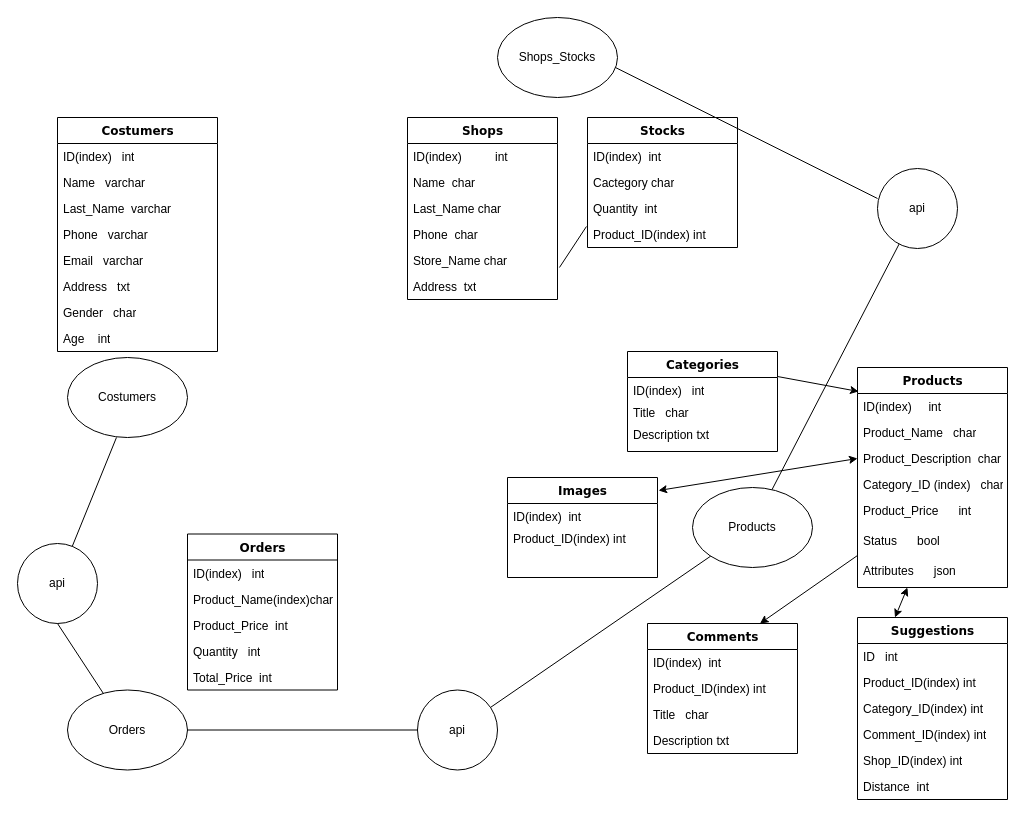
Before: Untitled Diagram.drawio in javidyrm/instaflow, a draw.io diagram. Source tidied: cells renumbered, new cells numbered last; positions are measured from the earlier drawing's top-left corner, leaving out a move shared by most shapes. Both pictures are drawn from the tidied source at 100%, with x=0, y=0 at pixel (17, 17).
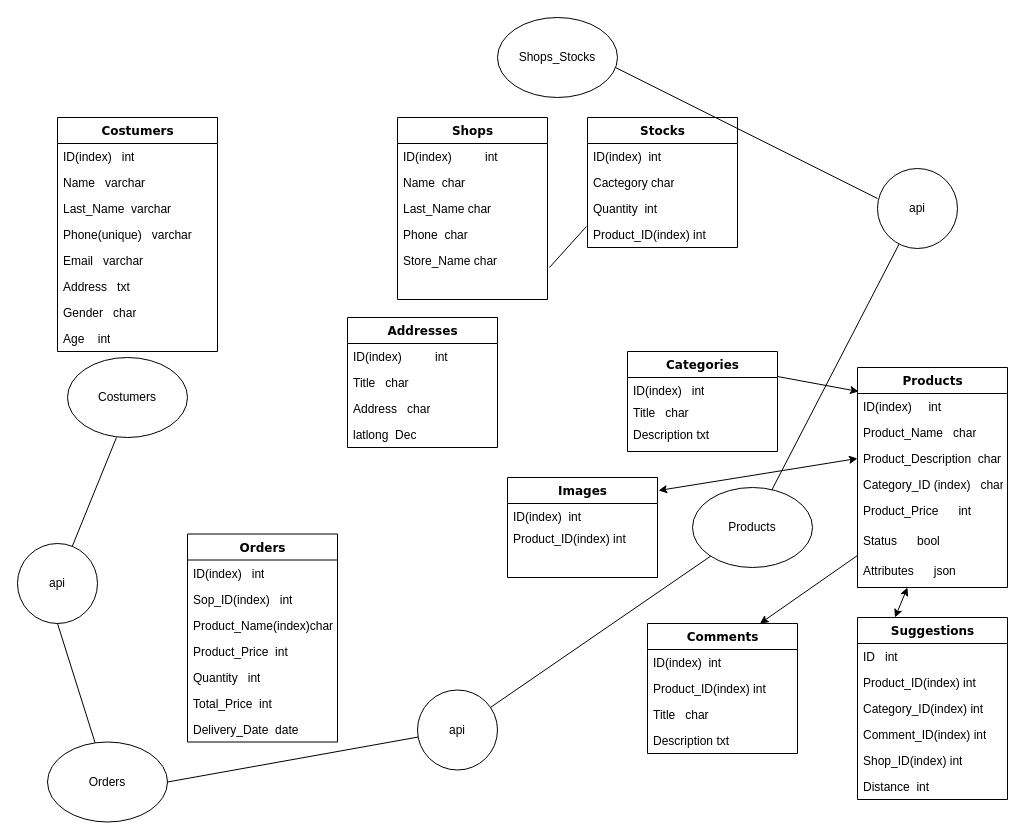
Above is the later version.

Unchanged cells that the change refers to:
```xml
<mxCell id="2" value="Costumers" style="swimlane;html=1;fontStyle=1;align=center;verticalAlign=top;horizontal=1;startSize=26;swimlaneFillColor=#ffffff;rounded=0;shadow=0;comic=0;labelBackgroundColor=none;strokeWidth=1;fillColor=none;fontFamily=Verdana;fontSize=12;" parent="1" vertex="1">
  <mxGeometry x="40" y="100" width="160" height="234" as="geometry" />
</mxCell>
```

What changed in the source:
```diff
@@
-    <mxCell id="6" value="Phone&lt;span style=&quot;white-space: pre&quot;&gt; &lt;/span&gt;&lt;span style=&quot;white-space: pre&quot;&gt; &lt;/span&gt;&lt;span style=&quot;white-space: pre&quot;&gt; &lt;/span&gt;varchar" style="text;html=1;strokeColor=none;fillColor=none;align=left;verticalAlign=top;spacingLeft=4;spacingRight=4;whiteSpace=wrap;overflow=hidden;" parent="2" vertex="1">
+    <mxCell id="6" value="Phone(unique)&lt;span style=&quot;white-space: pre&quot;&gt; &lt;/span&gt;&lt;span style=&quot;white-space: pre&quot;&gt; &lt;/span&gt;&lt;span style=&quot;white-space: pre&quot;&gt; &lt;/span&gt;varchar" style="text;html=1;strokeColor=none;fillColor=none;align=left;verticalAlign=top;spacingLeft=4;spacingRight=4;whiteSpace=wrap;overflow=hidden;" parent="2" vertex="1">
       <mxGeometry y="104" width="160" height="26" as="geometry" />
     </mxCell>
@@
     <mxCell id="11" value="Shops" style="swimlane;html=1;fontStyle=1;align=center;verticalAlign=top;horizontal=1;startSize=26;swimlaneFillColor=#ffffff;rounded=0;shadow=0;comic=0;labelBackgroundColor=none;strokeWidth=1;fillColor=none;fontFamily=Verdana;fontSize=12;" parent="1" vertex="1">
-      <mxGeometry x="390" y="100" width="150" height="182" as="geometry" />
+      <mxGeometry x="380" y="100" width="150" height="182" as="geometry" />
     </mxCell>
@@
-    <mxCell id="17" value="Address&lt;span style=&quot;white-space: pre&quot;&gt; &lt;/span&gt;&lt;span style=&quot;white-space: pre&quot;&gt; &lt;/span&gt;txt" style="text;html=1;strokeColor=none;fillColor=none;align=left;verticalAlign=top;spacingLeft=4;spacingRight=4;whiteSpace=wrap;overflow=hidden;" parent="11" vertex="1">
-      <mxGeometry y="156" width="150" height="26" as="geometry" />
-    </mxCell>
@@
     <mxCell id="35" value="Orders" style="swimlane;html=1;fontStyle=1;align=center;verticalAlign=top;horizontal=1;startSize=26;swimlaneFillColor=#ffffff;rounded=0;shadow=0;comic=0;labelBackgroundColor=none;strokeWidth=1;fillColor=none;fontFamily=Verdana;fontSize=12;" parent="1" vertex="1">
-      <mxGeometry x="170" y="516.5" width="150" height="156" as="geometry" />
+      <mxGeometry x="170" y="516.5" width="150" height="208" as="geometry" />
     </mxCell>
@@
+    <mxCell id="74" value="Sop_ID(index)&lt;span style=&quot;white-space: pre&quot;&gt; &lt;/span&gt;&lt;span style=&quot;white-space: pre&quot;&gt; &lt;/span&gt;&lt;span style=&quot;white-space: pre&quot;&gt; &lt;/span&gt;int" style="text;html=1;strokeColor=none;fillColor=none;align=left;verticalAlign=top;spacingLeft=4;spacingRight=4;whiteSpace=wrap;overflow=hidden;" parent="35" vertex="1">
+      <mxGeometry y="52" width="150" height="26" as="geometry" />
+    </mxCell>
     <mxCell id="37" value="Product_Name(index)char" style="text;html=1;strokeColor=none;fillColor=none;align=left;verticalAlign=top;spacingLeft=4;spacingRight=4;whiteSpace=wrap;overflow=hidden;" parent="35" vertex="1">
-      <mxGeometry y="52" width="150" height="26" as="geometry" />
+      <mxGeometry y="78" width="150" height="26" as="geometry" />
     </mxCell>
     <mxCell id="38" value="Product_Price&lt;span style=&quot;white-space: pre&quot;&gt; &lt;/span&gt;&lt;span style=&quot;white-space: pre&quot;&gt; &lt;/span&gt;int" style="text;html=1;strokeColor=none;fillColor=none;align=left;verticalAlign=top;spacingLeft=4;spacingRight=4;whiteSpace=wrap;overflow=hidden;" parent="35" vertex="1">
-      <mxGeometry y="78" width="150" height="26" as="geometry" />
+      <mxGeometry y="104" width="150" height="26" as="geometry" />
     </mxCell>
     <mxCell id="39" value="Quantity&lt;span style=&quot;white-space: pre&quot;&gt; &lt;/span&gt;&lt;span style=&quot;white-space: pre&quot;&gt; &lt;/span&gt;&lt;span style=&quot;white-space: pre&quot;&gt; &lt;/span&gt;int" style="text;html=1;strokeColor=none;fillColor=none;align=left;verticalAlign=top;spacingLeft=4;spacingRight=4;whiteSpace=wrap;overflow=hidden;" parent="35" vertex="1">
-      <mxGeometry y="104" width="150" height="26" as="geometry" />
+      <mxGeometry y="130" width="150" height="26" as="geometry" />
     </mxCell>
     <mxCell id="40" value="Total_Price&lt;span style=&quot;white-space: pre&quot;&gt; &lt;/span&gt;&lt;span style=&quot;white-space: pre&quot;&gt; &lt;/span&gt;int" style="text;html=1;strokeColor=none;fillColor=none;align=left;verticalAlign=top;spacingLeft=4;spacingRight=4;whiteSpace=wrap;overflow=hidden;" parent="35" vertex="1">
-      <mxGeometry y="130" width="150" height="26" as="geometry" />
+      <mxGeometry y="156" width="150" height="26" as="geometry" />
     </mxCell>
+    <mxCell id="75" value="Delivery_Date&amp;nbsp;&lt;span style=&quot;white-space: pre&quot;&gt; &lt;/span&gt;date" style="text;html=1;strokeColor=none;fillColor=none;align=left;verticalAlign=top;spacingLeft=4;spacingRight=4;whiteSpace=wrap;overflow=hidden;" parent="35" vertex="1">
+      <mxGeometry y="182" width="150" height="26" as="geometry" />
+    </mxCell>
@@
     <mxCell id="53" value="Orders" style="ellipse;whiteSpace=wrap;html=1;" parent="1" vertex="1">
-      <mxGeometry x="50" y="672.5" width="120" height="80" as="geometry" />
+      <mxGeometry x="30" y="724.5" width="120" height="80" as="geometry" />
     </mxCell>
@@
+    <mxCell id="76" value="Addresses" style="swimlane;html=1;fontStyle=1;align=center;verticalAlign=top;horizontal=1;startSize=26;swimlaneFillColor=#ffffff;rounded=0;shadow=0;comic=0;labelBackgroundColor=none;strokeWidth=1;fillColor=none;fontFamily=Verdana;fontSize=12;" parent="1" vertex="1">
+      <mxGeometry x="330" y="300" width="150" height="130" as="geometry" />
+    </mxCell>
+    <mxCell id="77" value="ID(index)&amp;nbsp; &amp;nbsp; &amp;nbsp; &amp;nbsp; &amp;nbsp;&lt;span&gt; &lt;/span&gt;int" style="text;html=1;strokeColor=none;fillColor=none;align=left;verticalAlign=top;spacingLeft=4;spacingRight=4;whiteSpace=wrap;overflow=hidden;" parent="76" vertex="1">
+      <mxGeometry y="26" width="150" height="26" as="geometry" />
+    </mxCell>
+    <mxCell id="78" value="Title &lt;span style=&quot;white-space: pre&quot;&gt; &lt;/span&gt;&lt;span style=&quot;white-space: pre&quot;&gt; &lt;/span&gt;char" style="text;html=1;strokeColor=none;fillColor=none;align=left;verticalAlign=top;spacingLeft=4;spacingRight=4;whiteSpace=wrap;overflow=hidden;" parent="76" vertex="1">
+      <mxGeometry y="52" width="150" height="26" as="geometry" />
+    </mxCell>
+    <mxCell id="79" value="Address &lt;span style=&quot;white-space: pre&quot;&gt; &lt;/span&gt;&lt;span style=&quot;white-space: pre&quot;&gt; &lt;/span&gt;char" style="text;html=1;strokeColor=none;fillColor=none;align=left;verticalAlign=top;spacingLeft=4;spacingRight=4;whiteSpace=wrap;overflow=hidden;" parent="76" vertex="1">
+      <mxGeometry y="78" width="150" height="26" as="geometry" />
+    </mxCell>
+    <mxCell id="80" value="latlong&lt;span style=&quot;white-space: pre&quot;&gt; &lt;/span&gt;&lt;span style=&quot;white-space: pre&quot;&gt; &lt;/span&gt;Dec" style="text;html=1;strokeColor=none;fillColor=none;align=left;verticalAlign=top;spacingLeft=4;spacingRight=4;whiteSpace=wrap;overflow=hidden;" parent="76" vertex="1">
+      <mxGeometry y="104" width="150" height="26" as="geometry" />
+    </mxCell>
```
